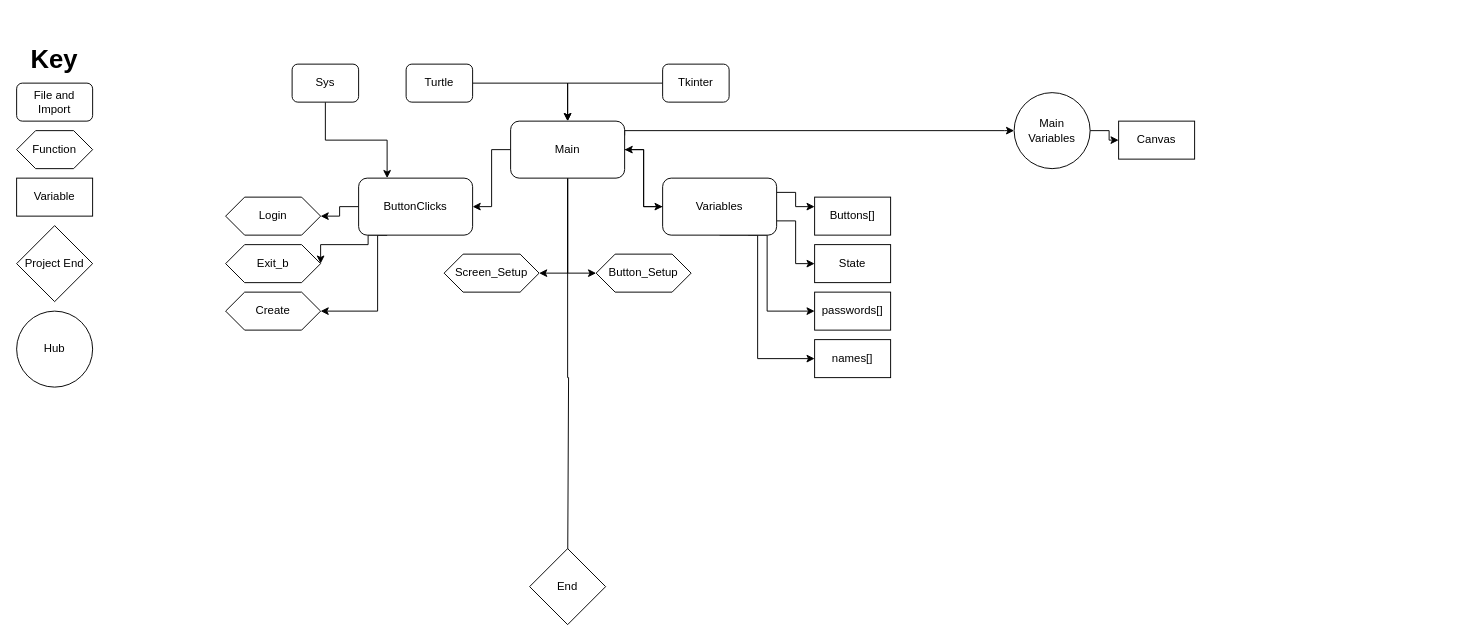
Above: BankingSystem.drawio in GibsonHolben/BankingPythonProject (draw.io), before the change. Source tidied: cells renumbered, new cells numbered last; positions are measured from the earlier drawing's top-left corner, leaving out a move shared by most shapes. Both pictures are drawn from the tidied source at 95%, with x=0, y=0 at pixel (16, 54).
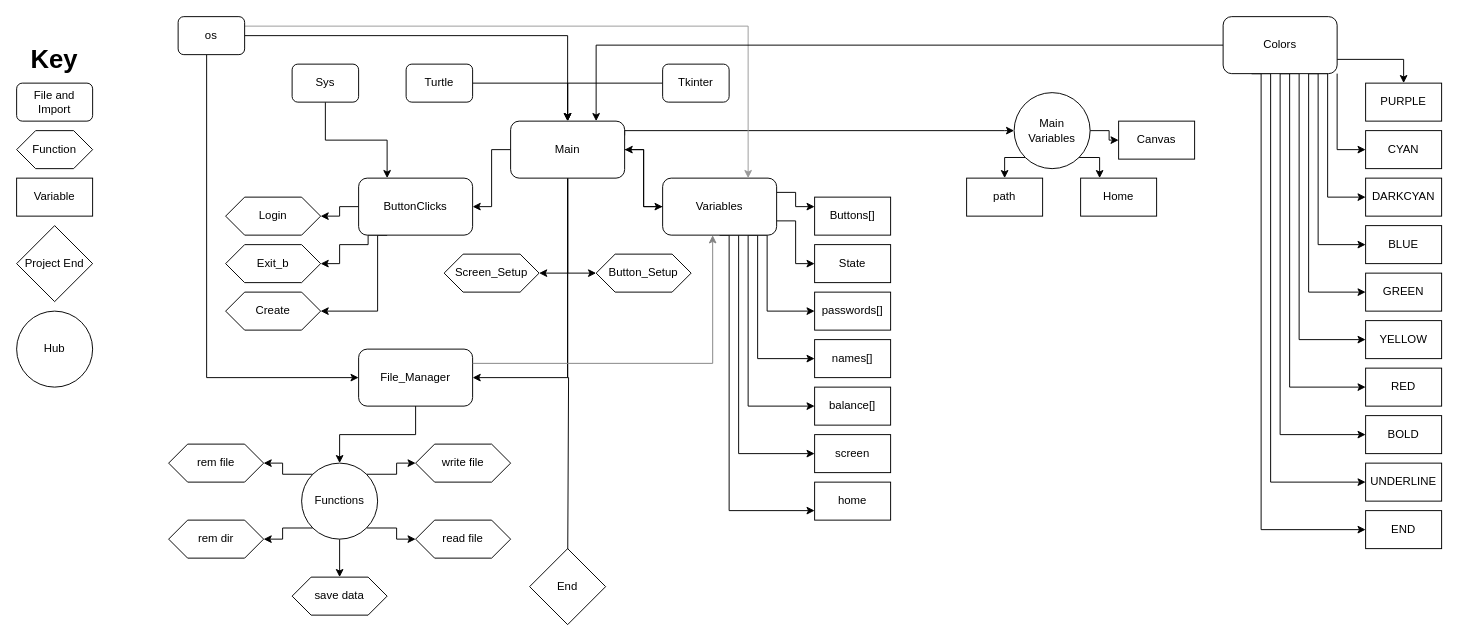
Above is the later version.

Unchanged cells that the change refers to:
```xml
<mxCell id="8" value="Main" style="rounded=1;whiteSpace=wrap;html=1;" parent="1" vertex="1">
  <mxGeometry x="520" y="70" width="120" height="60" as="geometry" />
</mxCell>
<mxCell id="12" value="ButtonClicks" style="rounded=1;whiteSpace=wrap;html=1;" parent="1" vertex="1">
  <mxGeometry x="360" y="130" width="120" height="60" as="geometry" />
</mxCell>
<mxCell id="18" value="Variables" style="rounded=1;whiteSpace=wrap;html=1;" parent="1" vertex="1">
  <mxGeometry x="680" y="130" width="120" height="60" as="geometry" />
</mxCell>
<mxCell id="26" value="Exit_b" style="shape=hexagon;perimeter=hexagonPerimeter2;whiteSpace=wrap;html=1;fixedSize=1;" parent="1" vertex="1">
  <mxGeometry x="220" y="200" width="100" height="40" as="geometry" />
</mxCell>
<mxCell id="40" value="&lt;div&gt;Main&lt;/div&gt;&lt;div&gt;Variables&lt;/div&gt;" style="ellipse;whiteSpace=wrap;html=1;" parent="1" vertex="1">
  <mxGeometry x="1050" y="40" width="80" height="80" as="geometry" />
</mxCell>
```

What changed in the source:
```diff
@@
+    <mxCell id="44" style="edgeStyle=orthogonalEdgeStyle;rounded=0;jettySize=auto;html=1;entryX=1;entryY=0.5;entryDx=0;entryDy=0;" parent="1" edge="1" source="8" target="58">
+      <mxGeometry relative="1" as="geometry">
+        <Array as="points">
+          <mxPoint x="580" y="340" />
+        </Array>
+      </mxGeometry>
+    </mxCell>
@@
     <mxCell id="10" style="edgeStyle=orthogonalEdgeStyle;rounded=0;jettySize=auto;html=1;exitX=0.25;exitY=1;exitDx=0;exitDy=0;entryX=1;entryY=0.5;entryDx=0;entryDy=0;" parent="1" edge="1" source="12" target="26">
       <mxGeometry relative="1" as="geometry">
         <Array as="points">
           <mxPoint x="370" y="190" />
           <mxPoint x="370" y="200" />
-          <mxPoint x="320" y="200" />
+          <mxPoint x="340" y="200" />
+          <mxPoint x="340" y="220" />
         </Array>
       </mxGeometry>
     </mxCell>
@@
+    <mxCell id="45" style="edgeStyle=orthogonalEdgeStyle;rounded=0;jettySize=auto;html=1;exitX=0.75;exitY=1;exitDx=0;exitDy=0;entryX=0;entryY=0.5;entryDx=0;entryDy=0;" parent="1" edge="1" source="18" target="54">
+      <mxGeometry relative="1" as="geometry" />
+    </mxCell>
+    <mxCell id="46" style="edgeStyle=orthogonalEdgeStyle;rounded=0;jettySize=auto;html=1;entryX=0;entryY=0.5;entryDx=0;entryDy=0;" parent="1" edge="1" source="18" target="91">
+      <mxGeometry relative="1" as="geometry">
+        <Array as="points">
+          <mxPoint x="760" y="420" />
+        </Array>
+      </mxGeometry>
+    </mxCell>
+    <mxCell id="47" style="edgeStyle=orthogonalEdgeStyle;rounded=0;jettySize=auto;html=1;exitX=0.5;exitY=1;exitDx=0;exitDy=0;entryX=0;entryY=0.75;entryDx=0;entryDy=0;" parent="1" edge="1" source="18" target="92">
+      <mxGeometry relative="1" as="geometry">
+        <Array as="points">
+          <mxPoint x="750" y="190" />
+          <mxPoint x="750" y="480" />
+        </Array>
+      </mxGeometry>
+    </mxCell>
@@
+    <mxCell id="48" style="edgeStyle=orthogonalEdgeStyle;rounded=0;jettySize=auto;html=1;exitX=1;exitY=1;exitDx=0;exitDy=0;entryX=0.25;entryY=0;entryDx=0;entryDy=0;" parent="1" edge="1" source="40" target="55">
+      <mxGeometry relative="1" as="geometry" />
+    </mxCell>
+    <mxCell id="49" style="edgeStyle=orthogonalEdgeStyle;rounded=0;jettySize=auto;html=1;exitX=0;exitY=1;exitDx=0;exitDy=0;entryX=0.5;entryY=0;entryDx=0;entryDy=0;" parent="1" edge="1" source="40" target="56">
+      <mxGeometry relative="1" as="geometry" />
+    </mxCell>
@@
+    <mxCell id="50" style="edgeStyle=orthogonalEdgeStyle;rounded=0;jettySize=auto;html=1;entryX=0.5;entryY=0;entryDx=0;entryDy=0;" parent="1" edge="1" source="53" target="8">
+      <mxGeometry relative="1" as="geometry" />
+    </mxCell>
+    <mxCell id="51" style="edgeStyle=orthogonalEdgeStyle;rounded=0;jettySize=auto;html=1;entryX=0;entryY=0.5;entryDx=0;entryDy=0;" parent="1" edge="1" source="53" target="58">
+      <mxGeometry relative="1" as="geometry">
+        <Array as="points">
+          <mxPoint x="200" y="340" />
+        </Array>
+      </mxGeometry>
+    </mxCell>
+    <mxCell id="52" style="edgeStyle=orthogonalEdgeStyle;rounded=0;jettySize=auto;html=1;exitX=1;exitY=0.25;exitDx=0;exitDy=0;entryX=0.75;entryY=0;entryDx=0;entryDy=0;strokeColor=#999999;" parent="1" edge="1" source="53" target="18">
+      <mxGeometry relative="1" as="geometry" />
+    </mxCell>
+    <mxCell id="53" value="&lt;div&gt;os&lt;/div&gt;" style="rounded=1;whiteSpace=wrap;html=1;" parent="1" vertex="1">
+      <mxGeometry x="170" y="-40" width="70" height="40" as="geometry" />
+    </mxCell>
+    <mxCell id="54" value="balance[]" style="rounded=0;whiteSpace=wrap;html=1;" parent="1" vertex="1">
+      <mxGeometry x="840" y="350" width="80" height="40" as="geometry" />
+    </mxCell>
+    <mxCell id="55" value="Home" style="rounded=0;whiteSpace=wrap;html=1;" parent="1" vertex="1">
+      <mxGeometry x="1120" y="130" width="80" height="40" as="geometry" />
+    </mxCell>
+    <mxCell id="56" value="path" style="rounded=0;whiteSpace=wrap;html=1;fontStyle=0;" parent="1" vertex="1">
+      <mxGeometry x="1000" y="130" width="80" height="40" as="geometry" />
+    </mxCell>
+    <mxCell id="57" style="edgeStyle=orthogonalEdgeStyle;rounded=0;jettySize=auto;html=1;entryX=0.5;entryY=0;entryDx=0;entryDy=0;" parent="1" edge="1" source="58" target="64">
+      <mxGeometry relative="1" as="geometry" />
+    </mxCell>
+    <mxCell id="58" value="File_Manager" style="rounded=1;whiteSpace=wrap;html=1;" parent="1" vertex="1">
+      <mxGeometry x="360" y="310" width="120" height="60" as="geometry" />
+    </mxCell>
+    <mxCell id="59" style="edgeStyle=orthogonalEdgeStyle;rounded=0;jettySize=auto;html=1;exitX=0;exitY=0;exitDx=0;exitDy=0;entryX=1;entryY=0.5;entryDx=0;entryDy=0;" parent="1" edge="1" source="64" target="65">
+      <mxGeometry relative="1" as="geometry" />
+    </mxCell>
+    <mxCell id="60" style="edgeStyle=orthogonalEdgeStyle;rounded=0;jettySize=auto;html=1;exitX=0;exitY=1;exitDx=0;exitDy=0;entryX=1;entryY=0.5;entryDx=0;entryDy=0;" parent="1" edge="1" source="64" target="66">
+      <mxGeometry relative="1" as="geometry" />
+    </mxCell>
+    <mxCell id="61" style="edgeStyle=orthogonalEdgeStyle;rounded=0;jettySize=auto;html=1;exitX=1;exitY=1;exitDx=0;exitDy=0;entryX=0;entryY=0.5;entryDx=0;entryDy=0;" parent="1" edge="1" source="64" target="67">
+      <mxGeometry relative="1" as="geometry" />
+    </mxCell>
+    <mxCell id="62" style="edgeStyle=orthogonalEdgeStyle;rounded=0;jettySize=auto;html=1;exitX=1;exitY=0;exitDx=0;exitDy=0;entryX=0;entryY=0.5;entryDx=0;entryDy=0;" parent="1" edge="1" source="64" target="68">
+      <mxGeometry relative="1" as="geometry" />
+    </mxCell>
+    <mxCell id="63" style="edgeStyle=orthogonalEdgeStyle;rounded=0;jettySize=auto;html=1;exitX=0.5;exitY=1;exitDx=0;exitDy=0;" parent="1" edge="1" source="64" target="94">
+      <mxGeometry relative="1" as="geometry" />
+    </mxCell>
+    <mxCell id="64" value="&lt;div&gt;Functions&lt;/div&gt;" style="ellipse;whiteSpace=wrap;html=1;" parent="1" vertex="1">
+      <mxGeometry x="300" y="430" width="80" height="80" as="geometry" />
+    </mxCell>
+    <mxCell id="65" value="&lt;div&gt;rem file&lt;/div&gt;" style="shape=hexagon;perimeter=hexagonPerimeter2;whiteSpace=wrap;html=1;fixedSize=1;" parent="1" vertex="1">
+      <mxGeometry x="160" y="410" width="100" height="40" as="geometry" />
+    </mxCell>
+    <mxCell id="66" value="&lt;div&gt;rem dir&lt;br&gt;&lt;/div&gt;" style="shape=hexagon;perimeter=hexagonPerimeter2;whiteSpace=wrap;html=1;fixedSize=1;" parent="1" vertex="1">
+      <mxGeometry x="160" y="490" width="100" height="40" as="geometry" />
+    </mxCell>
+    <mxCell id="67" value="read file" style="shape=hexagon;perimeter=hexagonPerimeter2;whiteSpace=wrap;html=1;fixedSize=1;" parent="1" vertex="1">
+      <mxGeometry x="420" y="490" width="100" height="40" as="geometry" />
+    </mxCell>
+    <mxCell id="68" value="write file" style="shape=hexagon;perimeter=hexagonPerimeter2;whiteSpace=wrap;html=1;fixedSize=1;" parent="1" vertex="1">
+      <mxGeometry x="420" y="410" width="100" height="40" as="geometry" />
+    </mxCell>
+    <mxCell id="69" style="edgeStyle=orthogonalEdgeStyle;rounded=0;jettySize=auto;html=1;exitX=1;exitY=0.75;exitDx=0;exitDy=0;" parent="1" edge="1" source="80" target="81">
+      <mxGeometry relative="1" as="geometry" />
+    </mxCell>
+    <mxCell id="70" style="edgeStyle=orthogonalEdgeStyle;rounded=0;jettySize=auto;html=1;exitX=1;exitY=1;exitDx=0;exitDy=0;entryX=0;entryY=0.5;entryDx=0;entryDy=0;" parent="1" edge="1" source="80" target="90">
+      <mxGeometry relative="1" as="geometry" />
+    </mxCell>
+    <mxCell id="71" style="edgeStyle=orthogonalEdgeStyle;rounded=0;jettySize=auto;html=1;exitX=0.75;exitY=1;exitDx=0;exitDy=0;entryX=0;entryY=0.5;entryDx=0;entryDy=0;" parent="1" edge="1" source="80" target="89">
+      <mxGeometry relative="1" as="geometry">
+        <Array as="points">
+          <mxPoint x="1380" y="20" />
+          <mxPoint x="1380" y="150" />
+        </Array>
+      </mxGeometry>
+    </mxCell>
+    <mxCell id="72" style="edgeStyle=orthogonalEdgeStyle;rounded=0;jettySize=auto;html=1;exitX=0.75;exitY=1;exitDx=0;exitDy=0;entryX=0;entryY=0.5;entryDx=0;entryDy=0;" parent="1" edge="1" source="80" target="88">
+      <mxGeometry relative="1" as="geometry">
+        <Array as="points">
+          <mxPoint x="1370" y="20" />
+          <mxPoint x="1370" y="200" />
+        </Array>
+      </mxGeometry>
+    </mxCell>
+    <mxCell id="73" style="edgeStyle=orthogonalEdgeStyle;rounded=0;jettySize=auto;html=1;exitX=0.75;exitY=1;exitDx=0;exitDy=0;entryX=0;entryY=0.5;entryDx=0;entryDy=0;" parent="1" edge="1" source="80" target="87">
+      <mxGeometry relative="1" as="geometry" />
+    </mxCell>
+    <mxCell id="74" style="edgeStyle=orthogonalEdgeStyle;rounded=0;jettySize=auto;html=1;exitX=0.5;exitY=1;exitDx=0;exitDy=0;entryX=0;entryY=0.5;entryDx=0;entryDy=0;" parent="1" edge="1" source="80" target="86">
+      <mxGeometry relative="1" as="geometry">
+        <Array as="points">
+          <mxPoint x="1350" y="20" />
+          <mxPoint x="1350" y="300" />
+        </Array>
+      </mxGeometry>
+    </mxCell>
+    <mxCell id="75" style="edgeStyle=orthogonalEdgeStyle;rounded=0;jettySize=auto;html=1;exitX=0.5;exitY=1;exitDx=0;exitDy=0;entryX=0;entryY=0.5;entryDx=0;entryDy=0;" parent="1" edge="1" source="80" target="85">
+      <mxGeometry relative="1" as="geometry">
+        <Array as="points">
+          <mxPoint x="1340" y="20" />
+          <mxPoint x="1340" y="350" />
+        </Array>
+      </mxGeometry>
+    </mxCell>
+    <mxCell id="76" style="edgeStyle=orthogonalEdgeStyle;rounded=0;jettySize=auto;html=1;exitX=0.5;exitY=1;exitDx=0;exitDy=0;entryX=0;entryY=0.5;entryDx=0;entryDy=0;" parent="1" edge="1" source="80" target="84">
+      <mxGeometry relative="1" as="geometry" />
+    </mxCell>
+    <mxCell id="77" style="edgeStyle=orthogonalEdgeStyle;rounded=0;jettySize=auto;html=1;exitX=0.25;exitY=1;exitDx=0;exitDy=0;entryX=0;entryY=0.5;entryDx=0;entryDy=0;" parent="1" edge="1" source="80" target="83">
+      <mxGeometry relative="1" as="geometry">
+        <Array as="points">
+          <mxPoint x="1320" y="20" />
+          <mxPoint x="1320" y="450" />
+        </Array>
+      </mxGeometry>
+    </mxCell>
+    <mxCell id="78" style="edgeStyle=orthogonalEdgeStyle;rounded=0;jettySize=auto;html=1;exitX=0.25;exitY=1;exitDx=0;exitDy=0;entryX=0;entryY=0.5;entryDx=0;entryDy=0;" parent="1" edge="1" source="80" target="82">
+      <mxGeometry relative="1" as="geometry">
+        <Array as="points">
+          <mxPoint x="1310" y="20" />
+          <mxPoint x="1310" y="500" />
+        </Array>
+      </mxGeometry>
+    </mxCell>
+    <mxCell id="79" style="edgeStyle=orthogonalEdgeStyle;rounded=0;jettySize=auto;html=1;exitX=0;exitY=0.5;exitDx=0;exitDy=0;entryX=0.75;entryY=0;entryDx=0;entryDy=0;" parent="1" edge="1" source="80" target="8">
+      <mxGeometry relative="1" as="geometry" />
+    </mxCell>
+    <mxCell id="80" value="&lt;div&gt;Colors&lt;/div&gt;" style="rounded=1;whiteSpace=wrap;html=1;" parent="1" vertex="1">
+      <mxGeometry x="1270" y="-40" width="120" height="60" as="geometry" />
+    </mxCell>
+    <mxCell id="81" value="PURPLE" style="rounded=0;whiteSpace=wrap;html=1;" parent="1" vertex="1">
+      <mxGeometry x="1420" y="30" width="80" height="40" as="geometry" />
+    </mxCell>
+    <mxCell id="82" value="END" style="rounded=0;whiteSpace=wrap;html=1;" parent="1" vertex="1">
+      <mxGeometry x="1420" y="480" width="80" height="40" as="geometry" />
+    </mxCell>
+    <mxCell id="83" value="UNDERLINE" style="rounded=0;whiteSpace=wrap;html=1;" parent="1" vertex="1">
+      <mxGeometry x="1420" y="430" width="80" height="40" as="geometry" />
+    </mxCell>
+    <mxCell id="84" value="BOLD" style="rounded=0;whiteSpace=wrap;html=1;" parent="1" vertex="1">
+      <mxGeometry x="1420" y="380" width="80" height="40" as="geometry" />
+    </mxCell>
+    <mxCell id="85" value="RED" style="rounded=0;whiteSpace=wrap;html=1;" parent="1" vertex="1">
+      <mxGeometry x="1420" y="330" width="80" height="40" as="geometry" />
+    </mxCell>
+    <mxCell id="86" value="YELLOW" style="rounded=0;whiteSpace=wrap;html=1;" parent="1" vertex="1">
+      <mxGeometry x="1420" y="280" width="80" height="40" as="geometry" />
+    </mxCell>
+    <mxCell id="87" value="GREEN" style="rounded=0;whiteSpace=wrap;html=1;" parent="1" vertex="1">
+      <mxGeometry x="1420" y="230" width="80" height="40" as="geometry" />
+    </mxCell>
+    <mxCell id="88" value="BLUE" style="rounded=0;whiteSpace=wrap;html=1;" parent="1" vertex="1">
+      <mxGeometry x="1420" y="180" width="80" height="40" as="geometry" />
+    </mxCell>
+    <mxCell id="89" value="DARKCYAN" style="rounded=0;whiteSpace=wrap;html=1;" parent="1" vertex="1">
+      <mxGeometry x="1420" y="130" width="80" height="40" as="geometry" />
+    </mxCell>
+    <mxCell id="90" value="CYAN" style="rounded=0;whiteSpace=wrap;html=1;" parent="1" vertex="1">
+      <mxGeometry x="1420" y="80" width="80" height="40" as="geometry" />
+    </mxCell>
+    <mxCell id="91" value="screen" style="rounded=0;whiteSpace=wrap;html=1;" parent="1" vertex="1">
+      <mxGeometry x="840" y="400" width="80" height="40" as="geometry" />
+    </mxCell>
+    <mxCell id="92" value="&lt;div&gt;home&lt;/div&gt;" style="rounded=0;whiteSpace=wrap;html=1;" parent="1" vertex="1">
+      <mxGeometry x="840" y="450" width="80" height="40" as="geometry" />
+    </mxCell>
+    <mxCell id="93" style="edgeStyle=orthogonalEdgeStyle;rounded=0;jettySize=auto;html=1;exitX=1;exitY=0.25;exitDx=0;exitDy=0;entryX=0.439;entryY=1.003;entryDx=0;entryDy=0;entryPerimeter=0;strokeColor=#828282;" parent="1" edge="1" source="58" target="18">
+      <mxGeometry relative="1" as="geometry" />
+    </mxCell>
+    <mxCell id="94" value="&lt;div&gt;save data&lt;/div&gt;" style="shape=hexagon;perimeter=hexagonPerimeter2;whiteSpace=wrap;html=1;fixedSize=1;" parent="1" vertex="1">
+      <mxGeometry x="290" y="550" width="100" height="40" as="geometry" />
+    </mxCell>
```
